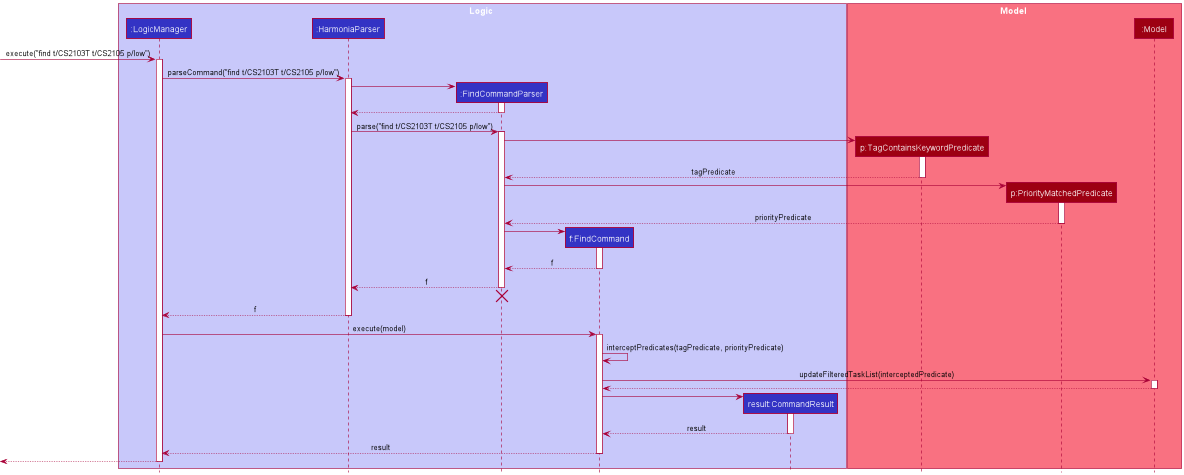
The PlantUML diagram docs/images/SearchSequenceDiagram.png in sbhbenjamin/tp, before a commit. Its diagram source:
```plantuml
@startuml
!include style.puml

box Logic LOGIC_COLOR_T1
participant ":LogicManager" as LogicManager LOGIC_COLOR
participant ":HarmoniaParser" as HarmoniaParser LOGIC_COLOR
participant ":FindCommandParser" as FindCommandParser LOGIC_COLOR
participant "f:FindCommand" as FindCommand LOGIC_COLOR
participant "result:CommandResult" as CommandResult LOGIC_COLOR
end box

box Model MODEL_COLOR_T1
participant "p:TagContainsKeywordPredicate" as TagContainsKeywordPredicate MODEL_COLOR
participant "p:PriorityMatchedPredicate" as PriorityMatchedPredicate MODEL_COLOR
participant ":Model" as Model MODEL_COLOR
end box

[-> LogicManager : execute("find t/CS2103T t/CS2105 p/low")
activate LogicManager

LogicManager -> HarmoniaParser : parseCommand("find t/CS2103T t/CS2105 p/low")
activate HarmoniaParser

create FindCommandParser
HarmoniaParser -> FindCommandParser
activate FindCommandParser

FindCommandParser --> HarmoniaParser
deactivate FindCommandParser

HarmoniaParser -> FindCommandParser : parse("find t/CS2103T t/CS2105 p/low")
activate FindCommandParser

create TagContainsKeywordPredicate
FindCommandParser -> TagContainsKeywordPredicate
activate TagContainsKeywordPredicate

TagContainsKeywordPredicate --> FindCommandParser : tagPredicate
deactivate TagContainsKeywordPredicate

create PriorityMatchedPredicate
FindCommandParser -> PriorityMatchedPredicate
activate PriorityMatchedPredicate

PriorityMatchedPredicate --> FindCommandParser : priorityPredicate
deactivate PriorityMatchedPredicate

create FindCommand
FindCommandParser -> FindCommand
activate FindCommand

FindCommand --> FindCommandParser : f
deactivate FindCommand

FindCommandParser --> HarmoniaParser : f
deactivate FindCommandParser
FindCommandParser -[hidden]-> HarmoniaParser
destroy FindCommandParser

HarmoniaParser --> LogicManager : f
deactivate HarmoniaParser

LogicManager -> FindCommand : execute(model)
activate FindCommand

FindCommand -> FindCommand : interceptPredicates(tagPredicate, priorityPredicate)

FindCommand -> Model : updateFilteredTaskList(interceptedPredicate)
activate Model

Model --> FindCommand
deactivate Model

create CommandResult
FindCommand -> CommandResult
activate CommandResult

CommandResult --> FindCommand : result
deactivate CommandResult

FindCommand --> LogicManager : result
deactivate FindCommand

[<--LogicManager
deactivate LogicManager
@enduml
```
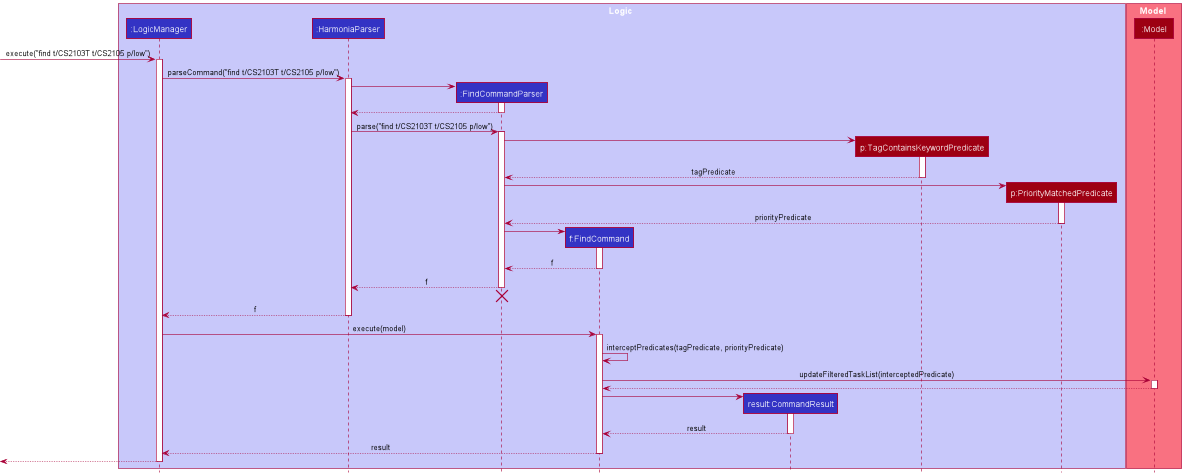
The same diagram one commit later.

Commit message:
Fix UML diagram

What changed in the source:
```diff
@@ -7,11 +7,11 @@
 participant ":FindCommandParser" as FindCommandParser LOGIC_COLOR
 participant "f:FindCommand" as FindCommand LOGIC_COLOR
 participant "result:CommandResult" as CommandResult LOGIC_COLOR
+participant "p:TagContainsKeywordPredicate" as TagContainsKeywordPredicate MODEL_COLOR
+participant "p:PriorityMatchedPredicate" as PriorityMatchedPredicate MODEL_COLOR
 end box
 
 box Model MODEL_COLOR_T1
-participant "p:TagContainsKeywordPredicate" as TagContainsKeywordPredicate MODEL_COLOR
-participant "p:PriorityMatchedPredicate" as PriorityMatchedPredicate MODEL_COLOR
 participant ":Model" as Model MODEL_COLOR
 end box
 
```
